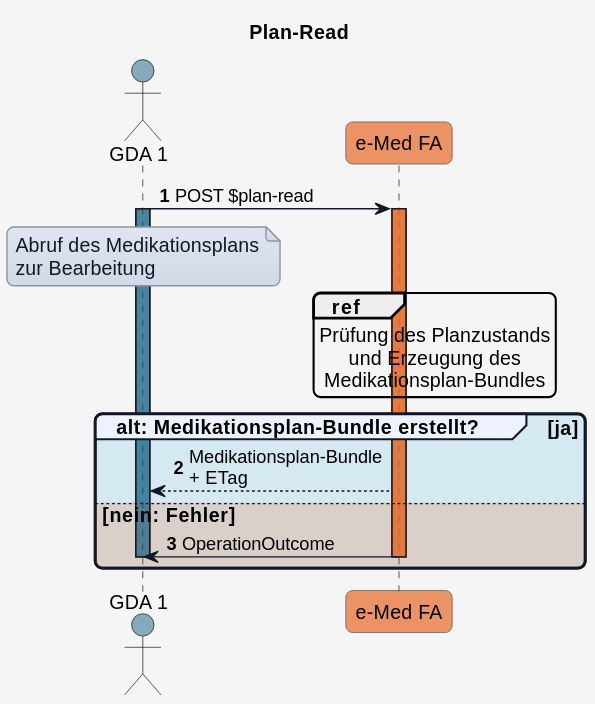
HL7Austria/hl7austria.github.io keeps this PlantUML diagram as r4-ELGA-e-Medikation-main/plantuml/UC_eMed_01_01.svg. Above is the earlier version.
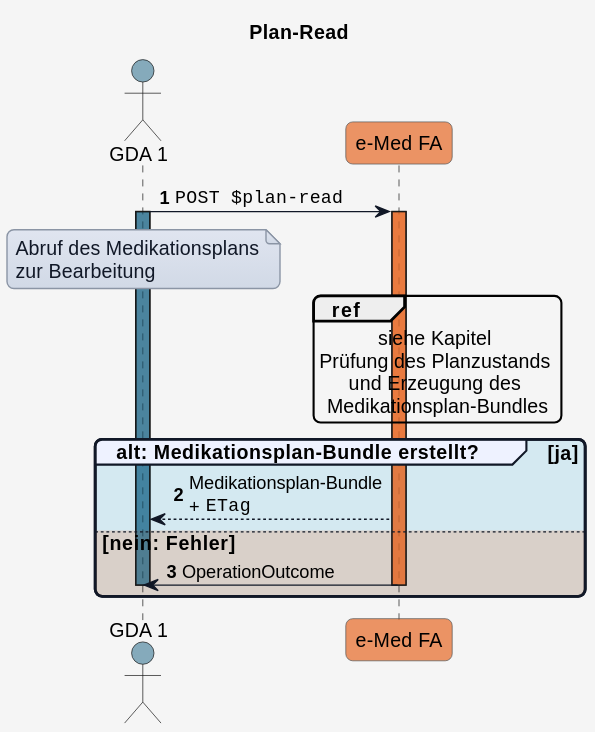
The same file after the commit.

What changed in the source:
```diff
@@ -55,7 +55,7 @@
 
 autonumber
 
-GDA_1 -> eMed_FA: POST $plan-read
+GDA_1 -> eMed_FA: ""POST $plan-read""
 activate GDA_1 COLOR_GDA_1
 
 note over GDA_1
@@ -66,13 +66,14 @@
 activate eMed_FA COLOR_EMED_FA
 
 ref over eMed_FA
+siehe Kapitel
 Prüfung des Planzustands
 und Erzeugung des
 Medikationsplan-Bundles
 end ref
 
 group COLOR_OK alt: Medikationsplan-Bundle erstellt? [ja]
-  eMed_FA --> GDA_1: Medikationsplan-Bundle\n+ ETag
+  eMed_FA --> GDA_1: Medikationsplan-Bundle\n+ ""ETag""
 else COLOR_ERROR nein: Fehler
   eMed_FA -> GDA_1: OperationOutcome
   deactivate GDA_1
```
